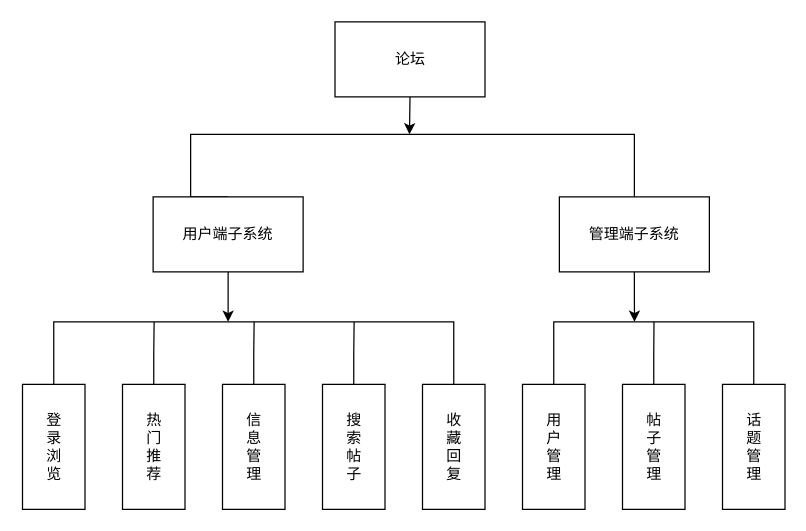
Before: 毕业论文/论坛结构图.drawio in lululuhui/flow-chart-warehouse, a draw.io diagram. Source tidied: cells renumbered, new cells numbered last; positions are measured from the earlier drawing's top-left corner, leaving out a move shared by most shapes. Both pictures are drawn from the tidied source at 125%, with x=0, y=0 at pixel (22, 21).
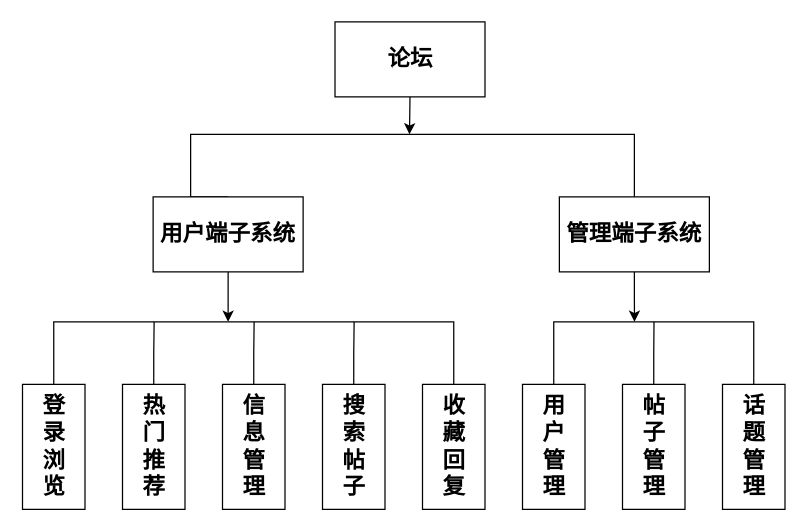
After the change.

Commit message:
Update 论坛结构图.drawio

Diff of the diagram source:
```diff
@@
-    <mxCell id="2" style="edgeStyle=orthogonalEdgeStyle;rounded=0;jettySize=auto;html=1;exitX=0.5;exitY=1;exitDx=0;exitDy=0;endArrow=classic;endFill=1;elbow=vertical;" parent="1" edge="1" source="3">
+    <mxCell id="2" style="edgeStyle=orthogonalEdgeStyle;rounded=0;jettySize=auto;html=1;exitX=0.5;exitY=1;exitDx=0;exitDy=0;endArrow=classic;endFill=1;elbow=vertical;fontSize=18;fontStyle=1;" parent="1" edge="1" source="3">
       <mxGeometry relative="1" as="geometry">
         <mxPoint x="309.1" y="90" as="targetPoint" />
       </mxGeometry>
     </mxCell>
-    <mxCell id="3" value="论坛" style="rounded=0;whiteSpace=wrap;html=1;" parent="1" vertex="1">
+    <mxCell id="3" value="论坛" style="rounded=0;whiteSpace=wrap;html=1;fontSize=18;fontStyle=1;" parent="1" vertex="1">
       <mxGeometry x="249.5" width="120" height="60" as="geometry" />
     </mxCell>
-    <mxCell id="4" style="edgeStyle=orthogonalEdgeStyle;rounded=0;jettySize=auto;html=1;exitX=0.5;exitY=0;exitDx=0;exitDy=0;endArrow=none;endFill=0;elbow=vertical;entryX=0.5;entryY=0;entryDx=0;entryDy=0;" parent="1" edge="1" source="6" target="8">
+    <mxCell id="4" style="edgeStyle=orthogonalEdgeStyle;rounded=0;jettySize=auto;html=1;exitX=0.5;exitY=0;exitDx=0;exitDy=0;endArrow=none;endFill=0;elbow=vertical;entryX=0.5;entryY=0;entryDx=0;entryDy=0;fontSize=18;fontStyle=1;" parent="1" edge="1" source="6" target="8">
       <mxGeometry relative="1" as="geometry">
         <Array as="points">
           <mxPoint x="134" y="90" />
           <mxPoint x="489" y="90" />
         </Array>
       </mxGeometry>
     </mxCell>
-    <mxCell id="5" style="edgeStyle=orthogonalEdgeStyle;rounded=0;jettySize=auto;html=1;exitX=0.5;exitY=1;exitDx=0;exitDy=0;endArrow=classic;endFill=1;elbow=vertical;" parent="1" edge="1" source="6">
+    <mxCell id="5" style="edgeStyle=orthogonalEdgeStyle;rounded=0;jettySize=auto;html=1;exitX=0.5;exitY=1;exitDx=0;exitDy=0;endArrow=classic;endFill=1;elbow=vertical;fontSize=18;fontStyle=1;" parent="1" edge="1" source="6">
       <mxGeometry relative="1" as="geometry">
         <mxPoint x="164" y="240" as="targetPoint" />
       </mxGeometry>
     </mxCell>
-    <mxCell id="6" value="用户端子系统" style="rounded=0;whiteSpace=wrap;html=1;" parent="1" vertex="1">
+    <mxCell id="6" value="用户端子系统" style="rounded=0;whiteSpace=wrap;html=1;fontSize=18;fontStyle=1;" parent="1" vertex="1">
       <mxGeometry x="104" y="140" width="120" height="60" as="geometry" />
     </mxCell>
-    <mxCell id="7" style="edgeStyle=orthogonalEdgeStyle;rounded=0;jettySize=auto;html=1;exitX=0.5;exitY=1;exitDx=0;exitDy=0;endArrow=classic;endFill=1;elbow=vertical;" parent="1" edge="1" source="8">
+    <mxCell id="7" style="edgeStyle=orthogonalEdgeStyle;rounded=0;jettySize=auto;html=1;exitX=0.5;exitY=1;exitDx=0;exitDy=0;endArrow=classic;endFill=1;elbow=vertical;fontSize=18;fontStyle=1;" parent="1" edge="1" source="8">
       <mxGeometry relative="1" as="geometry">
         <mxPoint x="489.1" y="240" as="targetPoint" />
       </mxGeometry>
     </mxCell>
-    <mxCell id="8" value="管理端子系统" style="rounded=0;whiteSpace=wrap;html=1;" parent="1" vertex="1">
+    <mxCell id="8" value="管理端子系统" style="rounded=0;whiteSpace=wrap;html=1;fontSize=18;fontStyle=1;" parent="1" vertex="1">
       <mxGeometry x="429" y="140" width="120" height="60" as="geometry" />
     </mxCell>
-    <mxCell id="9" style="edgeStyle=orthogonalEdgeStyle;rounded=0;jettySize=auto;html=1;exitX=0.5;exitY=0;exitDx=0;exitDy=0;entryX=0.5;entryY=0;entryDx=0;entryDy=0;endArrow=none;endFill=0;" parent="1" edge="1" source="10" target="13">
+    <mxCell id="9" style="edgeStyle=orthogonalEdgeStyle;rounded=0;jettySize=auto;html=1;exitX=0.5;exitY=0;exitDx=0;exitDy=0;entryX=0.5;entryY=0;entryDx=0;entryDy=0;endArrow=none;endFill=0;fontSize=18;fontStyle=1;" parent="1" edge="1" source="10" target="13">
       <mxGeometry relative="1" as="geometry">
         <Array as="points">
           <mxPoint x="25" y="240" />
           <mxPoint x="344" y="240" />
         </Array>
       </mxGeometry>
     </mxCell>
-    <mxCell id="10" value="登&lt;br&gt;录&lt;br&gt;浏&lt;br&gt;览" style="rounded=0;whiteSpace=wrap;html=1;" parent="1" vertex="1">
+    <mxCell id="10" value="登&lt;br style=&quot;font-size: 18px;&quot;&gt;录&lt;br style=&quot;font-size: 18px;&quot;&gt;浏&lt;br style=&quot;font-size: 18px;&quot;&gt;览" style="rounded=0;whiteSpace=wrap;html=1;fontSize=18;fontStyle=1;" parent="1" vertex="1">
       <mxGeometry x="-0.5" y="290" width="50" height="100" as="geometry" />
     </mxCell>
-    <mxCell id="11" style="edgeStyle=orthogonalEdgeStyle;rounded=0;jettySize=auto;html=1;exitX=0.5;exitY=0;exitDx=0;exitDy=0;endArrow=none;endFill=0;" parent="1" edge="1" source="12">
+    <mxCell id="11" style="edgeStyle=orthogonalEdgeStyle;rounded=0;jettySize=auto;html=1;exitX=0.5;exitY=0;exitDx=0;exitDy=0;endArrow=none;endFill=0;fontSize=18;fontStyle=1;" parent="1" edge="1" source="12">
       <mxGeometry relative="1" as="geometry">
         <mxPoint x="264.8" y="240" as="targetPoint" />
       </mxGeometry>
     </mxCell>
-    <mxCell id="12" value="搜&lt;br&gt;索&lt;br&gt;帖&lt;br&gt;子" style="rounded=0;whiteSpace=wrap;html=1;" parent="1" vertex="1">
+    <mxCell id="12" value="搜&lt;br style=&quot;font-size: 18px;&quot;&gt;索&lt;br style=&quot;font-size: 18px;&quot;&gt;帖&lt;br style=&quot;font-size: 18px;&quot;&gt;子" style="rounded=0;whiteSpace=wrap;html=1;fontSize=18;fontStyle=1;" parent="1" vertex="1">
       <mxGeometry x="239.5" y="290" width="50" height="100" as="geometry" />
     </mxCell>
-    <mxCell id="13" value="收&lt;br&gt;藏&lt;br&gt;回&lt;br&gt;复" style="rounded=0;whiteSpace=wrap;html=1;" parent="1" vertex="1">
+    <mxCell id="13" value="收&lt;br style=&quot;font-size: 18px;&quot;&gt;藏&lt;br style=&quot;font-size: 18px;&quot;&gt;回&lt;br style=&quot;font-size: 18px;&quot;&gt;复" style="rounded=0;whiteSpace=wrap;html=1;fontSize=18;fontStyle=1;" parent="1" vertex="1">
       <mxGeometry x="319.5" y="290" width="50" height="100" as="geometry" />
     </mxCell>
-    <mxCell id="14" style="edgeStyle=orthogonalEdgeStyle;rounded=0;jettySize=auto;html=1;exitX=0.5;exitY=0;exitDx=0;exitDy=0;endArrow=none;endFill=0;" parent="1" edge="1" source="15">
+    <mxCell id="14" style="edgeStyle=orthogonalEdgeStyle;rounded=0;jettySize=auto;html=1;exitX=0.5;exitY=0;exitDx=0;exitDy=0;endArrow=none;endFill=0;fontSize=18;fontStyle=1;" parent="1" edge="1" source="15">
       <mxGeometry relative="1" as="geometry">
         <mxPoint x="184.8" y="240" as="targetPoint" />
       </mxGeometry>
     </mxCell>
-    <mxCell id="15" value="信&lt;br&gt;息&lt;br&gt;管&lt;br&gt;理" style="rounded=0;whiteSpace=wrap;html=1;" parent="1" vertex="1">
+    <mxCell id="15" value="信&lt;br style=&quot;font-size: 18px;&quot;&gt;息&lt;br style=&quot;font-size: 18px;&quot;&gt;管&lt;br style=&quot;font-size: 18px;&quot;&gt;理" style="rounded=0;whiteSpace=wrap;html=1;fontSize=18;fontStyle=1;" parent="1" vertex="1">
       <mxGeometry x="159.5" y="290" width="50" height="100" as="geometry" />
     </mxCell>
-    <mxCell id="16" style="edgeStyle=orthogonalEdgeStyle;rounded=0;jettySize=auto;html=1;exitX=0.5;exitY=0;exitDx=0;exitDy=0;entryX=0.5;entryY=0;entryDx=0;entryDy=0;endArrow=none;endFill=0;elbow=vertical;" parent="1" edge="1" source="17" target="20">
+    <mxCell id="16" style="edgeStyle=orthogonalEdgeStyle;rounded=0;jettySize=auto;html=1;exitX=0.5;exitY=0;exitDx=0;exitDy=0;entryX=0.5;entryY=0;entryDx=0;entryDy=0;endArrow=none;endFill=0;elbow=vertical;fontSize=18;fontStyle=1;" parent="1" edge="1" source="17" target="20">
       <mxGeometry relative="1" as="geometry">
         <Array as="points">
           <mxPoint x="424" y="240" />
           <mxPoint x="584" y="240" />
         </Array>
       </mxGeometry>
     </mxCell>
-    <mxCell id="17" value="用&lt;br&gt;户&lt;br&gt;管&lt;br&gt;理" style="rounded=0;whiteSpace=wrap;html=1;" parent="1" vertex="1">
+    <mxCell id="17" value="用&lt;br style=&quot;font-size: 18px;&quot;&gt;户&lt;br style=&quot;font-size: 18px;&quot;&gt;管&lt;br style=&quot;font-size: 18px;&quot;&gt;理" style="rounded=0;whiteSpace=wrap;html=1;fontSize=18;fontStyle=1;" parent="1" vertex="1">
       <mxGeometry x="399.5" y="290" width="50" height="100" as="geometry" />
     </mxCell>
-    <mxCell id="18" style="edgeStyle=orthogonalEdgeStyle;rounded=0;jettySize=auto;html=1;exitX=0.5;exitY=0;exitDx=0;exitDy=0;endArrow=none;endFill=0;elbow=vertical;" parent="1" edge="1" source="19">
+    <mxCell id="18" style="edgeStyle=orthogonalEdgeStyle;rounded=0;jettySize=auto;html=1;exitX=0.5;exitY=0;exitDx=0;exitDy=0;endArrow=none;endFill=0;elbow=vertical;fontSize=18;fontStyle=1;" parent="1" edge="1" source="19">
       <mxGeometry relative="1" as="geometry">
         <mxPoint x="504.7" y="240" as="targetPoint" />
       </mxGeometry>
     </mxCell>
-    <mxCell id="19" value="帖&lt;br&gt;子&lt;br&gt;管&lt;br&gt;理" style="rounded=0;whiteSpace=wrap;html=1;" parent="1" vertex="1">
+    <mxCell id="19" value="帖&lt;br style=&quot;font-size: 18px;&quot;&gt;子&lt;br style=&quot;font-size: 18px;&quot;&gt;管&lt;br style=&quot;font-size: 18px;&quot;&gt;理" style="rounded=0;whiteSpace=wrap;html=1;fontSize=18;fontStyle=1;" parent="1" vertex="1">
       <mxGeometry x="479.5" y="290" width="50" height="100" as="geometry" />
     </mxCell>
-    <mxCell id="20" value="话&lt;br&gt;题&lt;br&gt;管&lt;br&gt;理" style="rounded=0;whiteSpace=wrap;html=1;" parent="1" vertex="1">
+    <mxCell id="20" value="话&lt;br style=&quot;font-size: 18px;&quot;&gt;题&lt;br style=&quot;font-size: 18px;&quot;&gt;管&lt;br style=&quot;font-size: 18px;&quot;&gt;理" style="rounded=0;whiteSpace=wrap;html=1;fontSize=18;fontStyle=1;" parent="1" vertex="1">
       <mxGeometry x="559.5" y="290" width="50" height="100" as="geometry" />
     </mxCell>
-    <mxCell id="21" style="edgeStyle=orthogonalEdgeStyle;rounded=0;jettySize=auto;html=1;exitX=0.5;exitY=0;exitDx=0;exitDy=0;endArrow=none;endFill=0;" parent="1" edge="1" source="22">
+    <mxCell id="21" style="edgeStyle=orthogonalEdgeStyle;rounded=0;jettySize=auto;html=1;exitX=0.5;exitY=0;exitDx=0;exitDy=0;endArrow=none;endFill=0;fontSize=18;fontStyle=1;" parent="1" edge="1" source="22">
       <mxGeometry relative="1" as="geometry">
         <mxPoint x="104.8" y="240" as="targetPoint" />
       </mxGeometry>
     </mxCell>
-    <mxCell id="22" value="热&lt;br&gt;门&lt;br&gt;推&lt;br&gt;荐" style="rounded=0;whiteSpace=wrap;html=1;" parent="1" vertex="1">
+    <mxCell id="22" value="热&lt;br style=&quot;font-size: 18px;&quot;&gt;门&lt;br style=&quot;font-size: 18px;&quot;&gt;推&lt;br style=&quot;font-size: 18px;&quot;&gt;荐" style="rounded=0;whiteSpace=wrap;html=1;fontSize=18;fontStyle=1;" parent="1" vertex="1">
       <mxGeometry x="79.5" y="290" width="50" height="100" as="geometry" />
     </mxCell>
```
